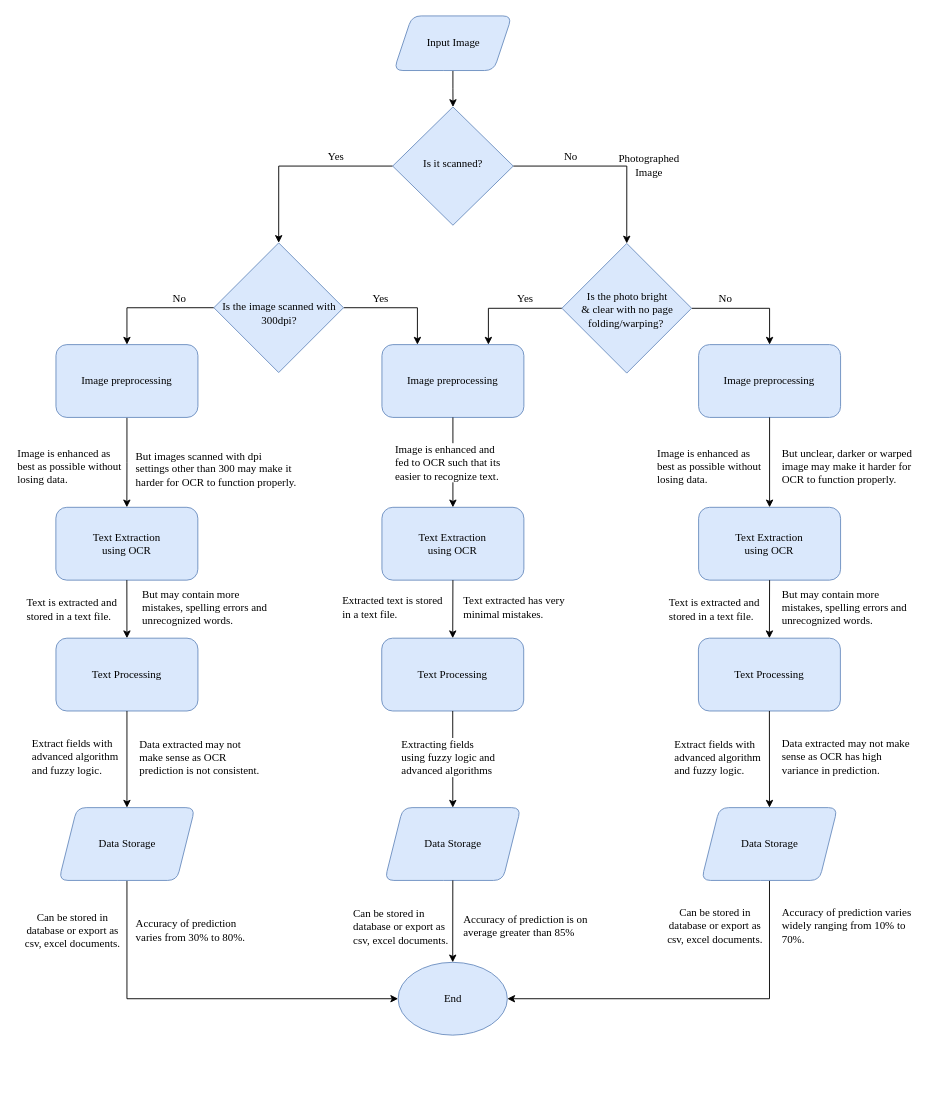
NiThIn-S/first keeps this draw.io diagram as workflow2.drawio. Above is the earlier version. Source tidied: cells renumbered, new cells numbered last; positions are measured from the earlier drawing's top-left corner, leaving out a move shared by most shapes. Both pictures are drawn from the tidied source at 91%, with x=0, y=0 at pixel (15, 15).
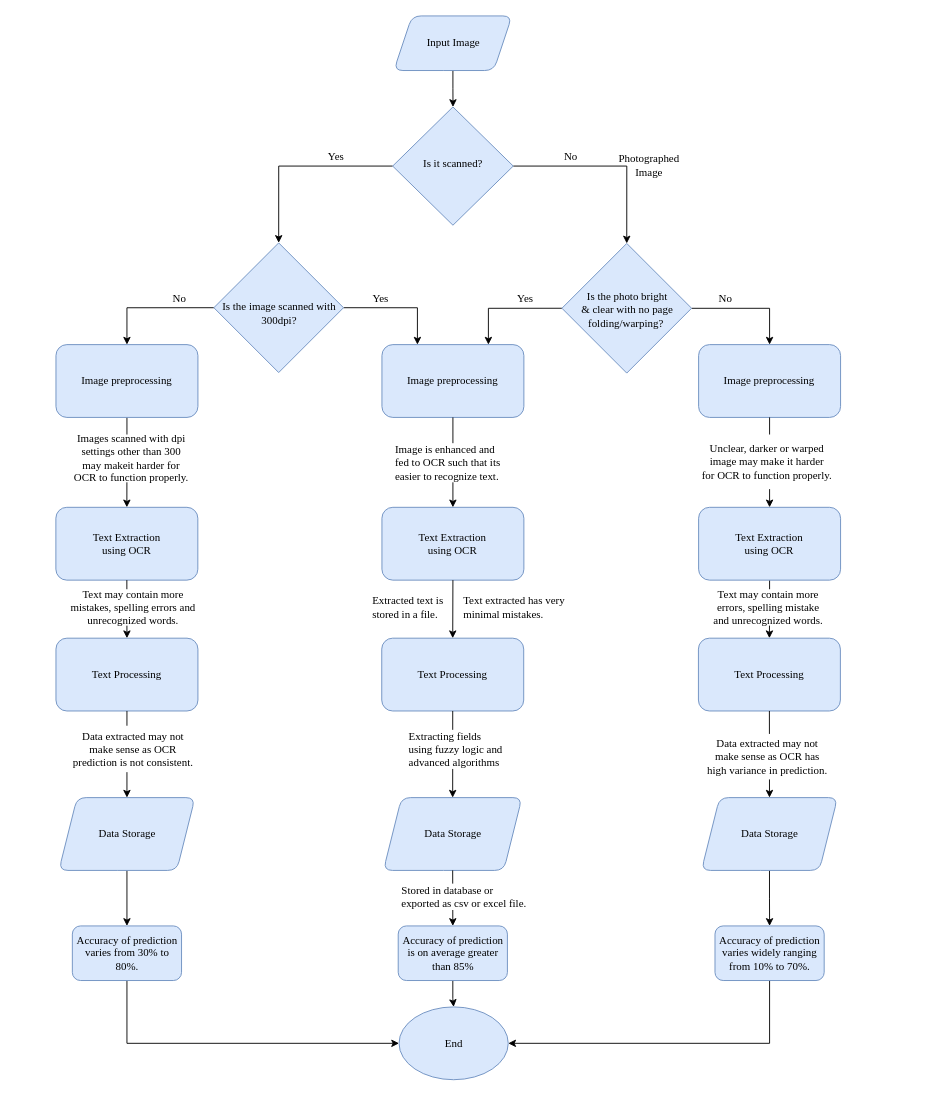
After the change.

The change refers to these unchanged cells:
```xml
<mxCell id="25" style="endArrow=classic;html=1;exitX=0.5;exitY=1;exitDx=0;exitDy=0;entryX=0.5;entryY=0;entryDx=0;entryDy=0;fontFamily=Times New Roman;" parent="1" edge="1" source="15" target="16">
  <mxGeometry relative="1" as="geometry" />
</mxCell>
<mxCell id="28" style="endArrow=classic;html=1;exitX=0.5;exitY=1;exitDx=0;exitDy=0;entryX=0.5;entryY=0;entryDx=0;entryDy=0;fontFamily=Times New Roman;" parent="1" edge="1" source="16" target="27">
  <mxGeometry relative="1" as="geometry" />
</mxCell>
<mxCell id="34" value="&lt;div&gt;Text Extraction &lt;br&gt;&lt;/div&gt;&lt;div&gt;using OCR&lt;/div&gt;" style="rounded=1;whiteSpace=wrap;html=1;align=center;fillColor=#dae8fc;strokeColor=#6c8ebf;spacing=0;fontFamily=Times New Roman;" parent="1" vertex="1">
  <mxGeometry x="750.2" y="540" width="156" height="80" as="geometry" />
</mxCell>
<mxCell id="35" value="Text Processing" style="rounded=1;whiteSpace=wrap;html=1;align=center;fillColor=#dae8fc;strokeColor=#6c8ebf;fontFamily=Times New Roman;" parent="1" vertex="1">
  <mxGeometry x="750" y="683.8" width="156" height="80" as="geometry" />
</mxCell>
<mxCell id="41" style="endArrow=classic;html=1;exitX=0.5;exitY=1;exitDx=0;exitDy=0;entryX=0.5;entryY=0;entryDx=0;entryDy=0;fontFamily=Times New Roman;" parent="1" edge="1" source="35" target="40">
  <mxGeometry relative="1" as="geometry" />
</mxCell>
<mxCell id="54" style="endArrow=classic;html=1;exitX=0.5;exitY=1;exitDx=0;exitDy=0;entryX=0.5;entryY=0;entryDx=0;entryDy=0;fontFamily=Times New Roman;" parent="1" edge="1" source="52" target="53">
  <mxGeometry relative="1" as="geometry" />
</mxCell>
<mxCell id="58" style="endArrow=classic;html=1;exitX=0.5;exitY=1;exitDx=0;exitDy=0;entryX=0.5;entryY=0;entryDx=0;entryDy=0;fontFamily=Times New Roman;" parent="1" edge="1" source="53" target="57">
  <mxGeometry relative="1" as="geometry" />
</mxCell>
```

The edit, as a diff of the source:
```diff
@@
-    <mxCell id="26" value="Extracted text is stored &lt;br&gt;&lt;div&gt;in a text file.&lt;/div&gt;" style="edgeLabel;html=1;align=left;verticalAlign=middle;fontSize=12;fontFamily=Times New Roman;" parent="25" vertex="1">
+    <mxCell id="26" value="&lt;div&gt;Extracted text is &lt;br&gt;&lt;/div&gt;&lt;div&gt;stored in a file.&lt;/div&gt;" style="edgeLabel;html=1;align=left;verticalAlign=middle;fontSize=12;fontFamily=Times New Roman;" parent="25" vertex="1">
       <mxGeometry relative="1" as="geometry">
-        <mxPoint x="-123.1" y="-2" as="offset" />
+        <mxPoint x="-90.1" y="-2" as="offset" />
       </mxGeometry>
     </mxCell>
     <mxCell id="27" value="Data Storage" style="shape=parallelogram;perimeter=parallelogramPerimeter;whiteSpace=wrap;html=1;fixedSize=1;rounded=1;strokeColor=#6c8ebf;fillColor=#dae8fc;spacingTop=-1;spacingLeft=1;fontFamily=Times New Roman;" parent="1" vertex="1">
-      <mxGeometry x="405.3" y="870" width="149.6" height="80" as="geometry" />
+      <mxGeometry x="403.8" y="859" width="152.3" height="80" as="geometry" />
     </mxCell>
@@
     <mxCell id="29" value="&lt;div&gt;Extracting fields &lt;br&gt;&lt;/div&gt;&lt;div&gt;using fuzzy logic and &lt;br&gt;&lt;/div&gt;advanced algorithms" style="edgeLabel;html=1;align=left;verticalAlign=middle;fontSize=12;fontFamily=Times New Roman;" parent="28" vertex="1">
       <mxGeometry relative="1" as="geometry">
-        <mxPoint x="-58.1" y="-1.8" as="offset" />
+        <mxPoint x="-50" y="-6.2" as="offset" />
       </mxGeometry>
     </mxCell>
     <mxCell id="30" value="End" style="ellipse;whiteSpace=wrap;html=1;rounded=1;strokeColor=#6c8ebf;fillColor=#dae8fc;spacingTop=-1;spacingLeft=1;fontFamily=Times New Roman;" parent="1" vertex="1">
-      <mxGeometry x="420" y="1040" width="120" height="80" as="geometry" />
+      <mxGeometry x="421" y="1089" width="120" height="80" as="geometry" />
     </mxCell>
-    <mxCell id="31" style="endArrow=classic;html=1;exitX=0.5;exitY=1;exitDx=0;exitDy=0;entryX=0.5;entryY=0;entryDx=0;entryDy=0;fontFamily=Times New Roman;" parent="1" edge="1" source="27" target="30">
-      <mxGeometry relative="1" as="geometry" />
-    </mxCell>
-    <mxCell id="32" value="&lt;div&gt;Can be stored in &lt;br&gt;&lt;/div&gt;&lt;div&gt;database or export as &lt;br&gt;&lt;/div&gt;&lt;div&gt;csv, excel documents.&lt;/div&gt;" style="edgeLabel;html=1;align=left;verticalAlign=middle;fontSize=12;fontFamily=Times New Roman;" parent="31" vertex="1">
-      <mxGeometry relative="1" as="geometry">
-        <mxPoint x="-111.1" y="5.2" as="offset" />
-      </mxGeometry>
-    </mxCell>
@@
+    <mxCell id="37" style="edgeStyle=orthogonalEdgeStyle;rounded=0;jettySize=auto;html=1;" parent="1" edge="1" source="34" target="35">
+      <mxGeometry relative="1" as="geometry" />
+    </mxCell>
@@
-    <mxCell id="37" style="endArrow=classic;html=1;exitX=0.5;exitY=1;exitDx=0;exitDy=0;entryX=0.5;entryY=0;entryDx=0;entryDy=0;fontFamily=Times New Roman;" parent="1" edge="1" source="34" target="35">
-      <mxGeometry relative="1" as="geometry" />
-    </mxCell>
-    <mxCell id="38" value="&lt;div&gt;Text is extracted and &lt;br&gt;&lt;/div&gt;&lt;div&gt;stored in a text file.&lt;/div&gt;" style="edgeLabel;html=1;align=left;verticalAlign=middle;fontSize=12;fontFamily=Times New Roman;" parent="37" vertex="1">
-      <mxGeometry relative="1" as="geometry">
-        <mxPoint x="-112.1" y="-0.8" as="offset" />
-      </mxGeometry>
-    </mxCell>
-    <mxCell id="39" style="edgeStyle=orthogonalEdgeStyle;rounded=0;jettySize=auto;html=1;entryX=1;entryY=0.5;entryDx=0;entryDy=0;fontFamily=Times New Roman;fontSize=12;" parent="1" edge="1" source="40" target="30">
-      <mxGeometry relative="1" as="geometry">
-        <Array as="points">
-          <mxPoint x="828" y="1080" />
-        </Array>
-      </mxGeometry>
-    </mxCell>
+    <mxCell id="67" style="edgeStyle=orthogonalEdgeStyle;rounded=0;jettySize=auto;html=1;" parent="1" edge="1" source="40" target="47">
+      <mxGeometry relative="1" as="geometry" />
+    </mxCell>
     <mxCell id="40" value="Data Storage" style="shape=parallelogram;perimeter=parallelogramPerimeter;whiteSpace=wrap;html=1;fixedSize=1;rounded=1;strokeColor=#6c8ebf;fillColor=#dae8fc;spacingTop=-1;spacingLeft=1;fontFamily=Times New Roman;" parent="1" vertex="1">
-      <mxGeometry x="753.3" y="870" width="149.6" height="80" as="geometry" />
+      <mxGeometry x="753.3" y="859" width="149.6" height="80" as="geometry" />
     </mxCell>
@@
-    <mxCell id="42" value="&lt;div&gt;Extract fields with &lt;br&gt;&lt;/div&gt;&lt;div&gt;advanced algorithm &lt;br&gt;&lt;/div&gt;&lt;div&gt;and fuzzy logic.&lt;br&gt;&lt;/div&gt;" style="edgeLabel;html=1;align=left;verticalAlign=middle;fontSize=12;fontFamily=Times New Roman;" parent="41" vertex="1">
-      <mxGeometry relative="1" as="geometry">
-        <mxPoint x="-106.1" y="-1.8" as="offset" />
-      </mxGeometry>
-    </mxCell>
-    <mxCell id="43" value="&lt;div align=&quot;left&quot;&gt;Image is enhanced as best as possible without losing data.&lt;/div&gt;" style="text;html=1;strokeColor=none;fillColor=none;align=left;verticalAlign=middle;whiteSpace=wrap;rounded=0;fontSize=12;fontFamily=Times New Roman;" parent="1" vertex="1">
-      <mxGeometry x="703" y="460" width="120" height="70" as="geometry" />
-    </mxCell>
-    <mxCell id="44" value="&lt;div align=&quot;left&quot;&gt;But unclear, darker or warped image may make it harder for OCR to function properly.&lt;/div&gt;" style="text;html=1;strokeColor=none;fillColor=none;align=left;verticalAlign=middle;whiteSpace=wrap;rounded=0;fontSize=12;fontFamily=Times New Roman;" parent="1" vertex="1">
-      <mxGeometry x="840" y="460" width="170" height="70" as="geometry" />
+    <mxCell id="44" value="&lt;div&gt;Unclear, darker or warped&lt;/div&gt;&lt;div&gt; image may make it harder&lt;/div&gt;&lt;div&gt; for OCR to function properly.&lt;/div&gt;" style="text;html=1;strokeColor=none;align=center;verticalAlign=middle;whiteSpace=wrap;rounded=0;fontSize=12;fontFamily=Times New Roman;fillColor=#ffffff;" parent="1" vertex="1">
+      <mxGeometry x="750.2" y="460" width="151" height="60" as="geometry" />
     </mxCell>
-    <mxCell id="45" value="&lt;div align=&quot;left&quot;&gt;But may contain more mistakes, spelling errors and unrecognized words.&lt;br&gt;&lt;/div&gt;" style="text;html=1;strokeColor=none;fillColor=none;align=left;verticalAlign=middle;whiteSpace=wrap;rounded=0;fontSize=12;fontFamily=Times New Roman;" parent="1" vertex="1">
-      <mxGeometry x="840" y="630" width="150" height="40" as="geometry" />
-    </mxCell>
-    <mxCell id="46" value="&lt;div align=&quot;left&quot;&gt;Data extracted may not make sense as OCR has high variance in prediction.&lt;br&gt;&lt;/div&gt;" style="text;html=1;strokeColor=none;fillColor=none;align=left;verticalAlign=middle;whiteSpace=wrap;rounded=0;fontSize=12;fontFamily=Times New Roman;" parent="1" vertex="1">
-      <mxGeometry x="840" y="789" width="150" height="50" as="geometry" />
+    <mxCell id="46" value="&lt;div&gt;Data extracted may not &lt;br&gt;&lt;/div&gt;&lt;div&gt;make sense as OCR has&lt;/div&gt;&lt;div&gt; high variance in prediction.&lt;br&gt;&lt;/div&gt;" style="text;html=1;strokeColor=none;align=center;verticalAlign=middle;whiteSpace=wrap;rounded=0;fontSize=12;fontFamily=Times New Roman;fillColor=#ffffff;" parent="1" vertex="1">
+      <mxGeometry x="751" y="789" width="150" height="50" as="geometry" />
     </mxCell>
-    <mxCell id="47" value="Accuracy of prediction varies widely ranging from 10% to 70%." style="text;html=1;strokeColor=none;fillColor=none;align=left;verticalAlign=middle;whiteSpace=wrap;rounded=0;fontSize=12;fontFamily=Times New Roman;" parent="1" vertex="1">
-      <mxGeometry x="840" y="975" width="150" height="50" as="geometry" />
-    </mxCell>
@@
-    <mxCell id="49" value="Accuracy of prediction is on average greater than 85%" style="text;html=1;strokeColor=none;fillColor=none;align=left;verticalAlign=middle;whiteSpace=wrap;rounded=0;fontSize=12;fontFamily=Times New Roman;" parent="1" vertex="1">
-      <mxGeometry x="490" y="975" width="150" height="50" as="geometry" />
-    </mxCell>
@@
-    <mxCell id="55" value="&lt;div&gt;Text is extracted and &lt;br&gt;&lt;/div&gt;&lt;div&gt;stored in a text file.&lt;/div&gt;" style="edgeLabel;html=1;align=left;verticalAlign=middle;fontSize=12;fontFamily=Times New Roman;" parent="54" vertex="1">
-      <mxGeometry relative="1" as="geometry">
-        <mxPoint x="-112.1" y="-0.8" as="offset" />
-      </mxGeometry>
-    </mxCell>
-    <mxCell id="56" style="edgeStyle=orthogonalEdgeStyle;rounded=0;jettySize=auto;html=1;entryX=0;entryY=0.5;entryDx=0;entryDy=0;fontSize=12;fontFamily=Times New Roman;" parent="1" edge="1" source="57" target="30">
-      <mxGeometry relative="1" as="geometry">
-        <Array as="points">
-          <mxPoint x="122" y="1080" />
-        </Array>
-      </mxGeometry>
-    </mxCell>
+    <mxCell id="68" style="edgeStyle=orthogonalEdgeStyle;rounded=0;jettySize=auto;html=1;" parent="1" edge="1" source="57" target="63">
+      <mxGeometry relative="1" as="geometry" />
+    </mxCell>
     <mxCell id="57" value="Data Storage" style="shape=parallelogram;perimeter=parallelogramPerimeter;whiteSpace=wrap;html=1;fixedSize=1;rounded=1;strokeColor=#6c8ebf;fillColor=#dae8fc;spacingTop=-1;spacingLeft=1;fontFamily=Times New Roman;" parent="1" vertex="1">
-      <mxGeometry x="47.2" y="870" width="149.6" height="80" as="geometry" />
+      <mxGeometry x="47.2" y="859" width="149.6" height="80" as="geometry" />
     </mxCell>
@@
-    <mxCell id="59" value="&lt;div&gt;Extract fields with &lt;br&gt;&lt;/div&gt;&lt;div&gt;advanced algorithm &lt;br&gt;&lt;/div&gt;&lt;div&gt;and fuzzy logic.&lt;br&gt;&lt;/div&gt;" style="edgeLabel;html=1;align=left;verticalAlign=middle;fontSize=12;fontFamily=Times New Roman;" parent="58" vertex="1">
-      <mxGeometry relative="1" as="geometry">
-        <mxPoint x="-106" y="-2.9" as="offset" />
-      </mxGeometry>
-    </mxCell>
-    <mxCell id="60" value="&lt;div align=&quot;left&quot;&gt;Image is enhanced as best as possible without losing data.&lt;/div&gt;" style="text;html=1;strokeColor=none;fillColor=none;align=left;verticalAlign=middle;whiteSpace=wrap;rounded=0;fontSize=12;fontFamily=Times New Roman;" parent="1" vertex="1">
-      <mxGeometry y="460" width="120" height="70" as="geometry" />
-    </mxCell>
-    <mxCell id="61" value="&lt;div align=&quot;left&quot;&gt;But may contain more mistakes, spelling errors and unrecognized words.&lt;br&gt;&lt;/div&gt;" style="text;html=1;strokeColor=none;fillColor=none;align=left;verticalAlign=middle;whiteSpace=wrap;rounded=0;fontSize=12;fontFamily=Times New Roman;" parent="1" vertex="1">
-      <mxGeometry x="137" y="630" width="150" height="40" as="geometry" />
+    <mxCell id="61" value="&lt;div&gt;Text may contain more mistakes, spelling errors and unrecognized words.&lt;br&gt;&lt;/div&gt;" style="text;html=1;align=center;verticalAlign=middle;whiteSpace=wrap;rounded=0;fontSize=12;fontFamily=Times New Roman;fillColor=#ffffff;" parent="1" vertex="1">
+      <mxGeometry x="54" y="630" width="150" height="40" as="geometry" />
     </mxCell>
-    <mxCell id="62" value="&lt;div align=&quot;left&quot;&gt;Data extracted may not make sense as OCR prediction is not consistent.&lt;br&gt;&lt;/div&gt;" style="text;html=1;strokeColor=none;fillColor=none;align=left;verticalAlign=middle;whiteSpace=wrap;rounded=0;fontSize=12;fontFamily=Times New Roman;" parent="1" vertex="1">
-      <mxGeometry x="134" y="789" width="136" height="51" as="geometry" />
+    <mxCell id="62" value="&lt;div&gt;Data extracted may not make sense as OCR prediction is not consistent.&lt;br&gt;&lt;/div&gt;" style="text;html=1;strokeColor=none;align=center;verticalAlign=middle;whiteSpace=wrap;rounded=0;fontSize=12;fontFamily=Times New Roman;fillColor=#ffffff;" parent="1" vertex="1">
+      <mxGeometry x="61" y="780" width="136" height="51" as="geometry" />
     </mxCell>
+    <mxCell id="64" value="&lt;div&gt;Images scanned with dpi&lt;/div&gt;&lt;div&gt; settings other than 300 &lt;br&gt;&lt;/div&gt;&lt;div&gt;may makeit harder for &lt;br&gt;&lt;/div&gt;&lt;div&gt;OCR to function properly. &lt;br&gt;&lt;/div&gt;" style="text;strokeColor=none;align=center;verticalAlign=middle;rounded=0;fontSize=12;textDirection=ltr;html=1;whiteSpace=wrap;labelBorderColor=none;labelBackgroundColor=none;fontStyle=0;fontFamily=Times New Roman;fillColor=#ffffff;" parent="1" vertex="1">
+      <mxGeometry x="57.9" y="460" width="138.1" height="52.5" as="geometry" />
+    </mxCell>
+    <mxCell id="69" style="edgeStyle=orthogonalEdgeStyle;rounded=0;jettySize=auto;html=1;" parent="1" edge="1" source="49" target="30">
+      <mxGeometry relative="1" as="geometry" />
+    </mxCell>
+    <mxCell id="49" value="Accuracy of prediction is on average greater than 85%" style="whiteSpace=wrap;html=1;rounded=1;fontFamily=Times New Roman;strokeColor=#6c8ebf;fillColor=#dae8fc;spacingTop=-1;spacingLeft=1;" parent="1" vertex="1">
+      <mxGeometry x="420.1" y="1000" width="120" height="60" as="geometry" />
+    </mxCell>
+    <mxCell id="70" style="edgeStyle=orthogonalEdgeStyle;rounded=0;jettySize=auto;html=1;entryX=0;entryY=0.5;entryDx=0;entryDy=0;" parent="1" edge="1" source="63" target="30">
+      <mxGeometry relative="1" as="geometry">
+        <Array as="points">
+          <mxPoint x="122" y="1129" />
+        </Array>
+      </mxGeometry>
+    </mxCell>
-    <mxCell id="63" value="&lt;div&gt;Accuracy of prediction &lt;br&gt;&lt;/div&gt;&lt;div&gt;varies from 30% to 80%.&lt;/div&gt;" style="text;html=1;strokeColor=none;fillColor=none;align=left;verticalAlign=middle;whiteSpace=wrap;rounded=0;fontSize=12;fontFamily=Times New Roman;" parent="1" vertex="1">
-      <mxGeometry x="130" y="980" width="150" height="50" as="geometry" />
+    <mxCell id="63" value="&lt;div&gt;Accuracy of prediction &lt;br&gt;&lt;/div&gt;&lt;div&gt;varies from 30% to 80%.&lt;/div&gt;" style="whiteSpace=wrap;html=1;rounded=1;fontFamily=Times New Roman;strokeColor=#6c8ebf;fillColor=#dae8fc;spacingTop=-1;spacingLeft=1;" parent="1" vertex="1">
+      <mxGeometry x="62" y="1000" width="120" height="60" as="geometry" />
     </mxCell>
-    <mxCell id="64" value="&lt;div&gt;But images scanned with dpi settings other than 300 may make it harder for OCR to function properly. &lt;br&gt;&lt;/div&gt;" style="text;strokeColor=none;fillColor=none;align=left;verticalAlign=middle;rounded=0;fontSize=12;textDirection=ltr;html=1;whiteSpace=wrap;labelBorderColor=none;labelBackgroundColor=none;fontStyle=0;fontFamily=Times New Roman;" parent="1" vertex="1">
-      <mxGeometry x="130" y="475" width="180" height="45" as="geometry" />
-    </mxCell>
-    <mxCell id="65" value="&lt;div&gt;Can be stored in &lt;br&gt;&lt;/div&gt;&lt;div&gt;database or export as &lt;br&gt;&lt;/div&gt;&lt;div&gt;csv, excel documents.&lt;/div&gt;" style="text;html=1;strokeColor=none;fillColor=none;align=center;verticalAlign=middle;whiteSpace=wrap;rounded=0;fontSize=12;fontFamily=Times New Roman;" parent="1" vertex="1">
-      <mxGeometry x="7.5" y="978.8" width="109" height="52.5" as="geometry" />
-    </mxCell>
-    <mxCell id="66" value="&lt;div&gt;Can be stored in &lt;br&gt;&lt;/div&gt;&lt;div&gt;database or export as &lt;br&gt;&lt;/div&gt;&lt;div&gt;csv, excel documents.&lt;/div&gt;" style="text;html=1;strokeColor=none;fillColor=none;align=center;verticalAlign=middle;whiteSpace=wrap;rounded=0;fontSize=12;fontFamily=Times New Roman;" parent="1" vertex="1">
-      <mxGeometry x="714" y="973.8" width="109" height="52.5" as="geometry" />
-    </mxCell>
+    <mxCell id="71" style="edgeStyle=orthogonalEdgeStyle;rounded=0;jettySize=auto;html=1;entryX=1;entryY=0.5;entryDx=0;entryDy=0;" parent="1" edge="1" source="47" target="30">
+      <mxGeometry relative="1" as="geometry">
+        <Array as="points">
+          <mxPoint x="828" y="1129" />
+        </Array>
+      </mxGeometry>
+    </mxCell>
+    <mxCell id="47" value="Accuracy of prediction varies widely ranging from 10% to 70%." style="whiteSpace=wrap;html=1;rounded=1;fontFamily=Times New Roman;strokeColor=#6c8ebf;fillColor=#dae8fc;spacingTop=-1;spacingLeft=1;" parent="1" vertex="1">
+      <mxGeometry x="768.2" y="1000" width="120" height="60" as="geometry" />
+    </mxCell>
+    <mxCell id="72" style="endArrow=classic;html=1;exitX=0.5;exitY=1;exitDx=0;exitDy=0;entryX=0.5;entryY=0;entryDx=0;entryDy=0;fontFamily=Times New Roman;" parent="1" edge="1" source="27" target="49">
+      <mxGeometry relative="1" as="geometry" />
+    </mxCell>
+    <mxCell id="73" value="&lt;div&gt;Stored in database or&lt;/div&gt;&lt;div&gt; exported as csv or excel file.&lt;/div&gt;" style="edgeLabel;html=1;align=left;verticalAlign=middle;fontSize=12;fontFamily=Times New Roman;" parent="72" vertex="1">
+      <mxGeometry relative="1" as="geometry">
+        <mxPoint x="-58.1" y="-2.8" as="offset" />
+      </mxGeometry>
+    </mxCell>
+    <mxCell id="45" value="&lt;div&gt;Text may contain more &lt;br&gt;&lt;/div&gt;&lt;div&gt;errors, spelling mistake &lt;br&gt;&lt;/div&gt;&lt;div&gt;and unrecognized words.&lt;br&gt;&lt;/div&gt;" style="text;html=1;strokeColor=none;align=center;verticalAlign=middle;whiteSpace=wrap;rounded=0;fontSize=12;fontFamily=Times New Roman;fillColor=#ffffff;" parent="1" vertex="1">
+      <mxGeometry x="762.2" y="630" width="130" height="40" as="geometry" />
+    </mxCell>
```
